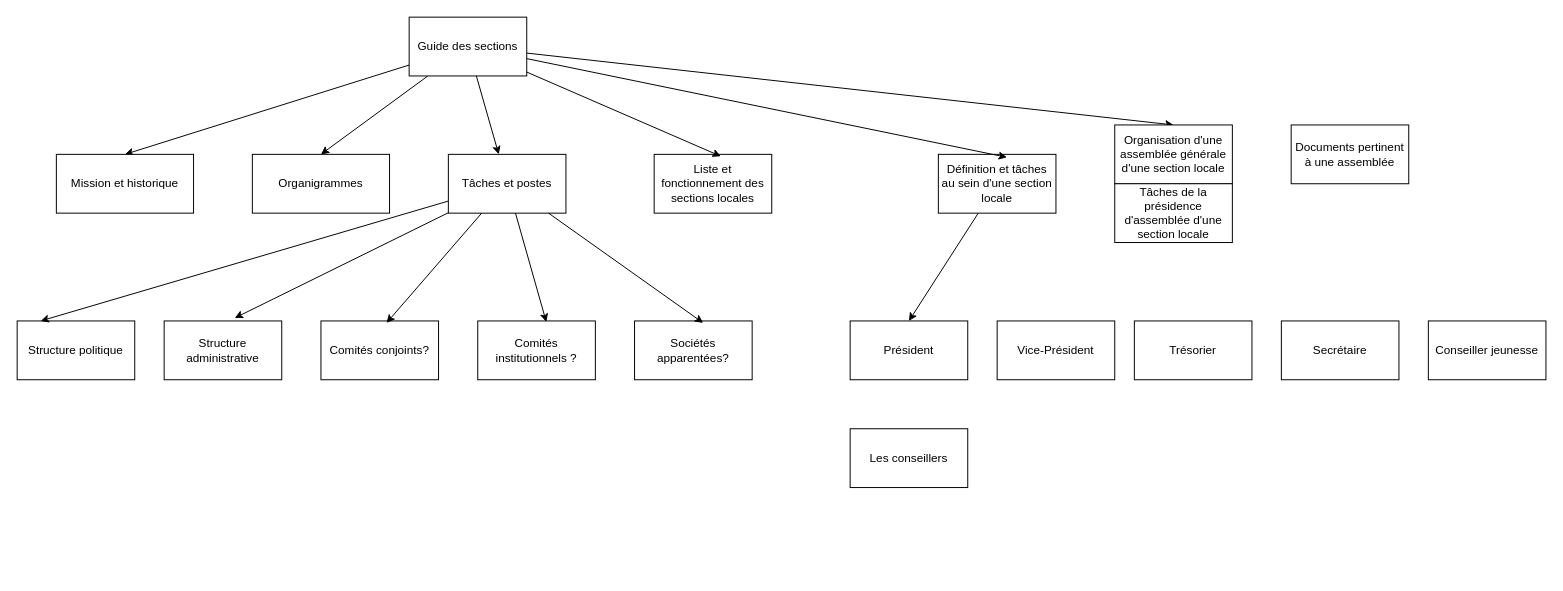
Earlier version of the draw.io diagram page "Page-1" (1 of 3) of assets/documents/guide-des-sections.drawio (ssjbm/ssjbm.github.io). Source tidied: cells renumbered, new cells numbered last; positions are measured from the earlier drawing's top-left corner, leaving out a move shared by most shapes. Both pictures are drawn from the tidied source at 98%, with x=0, y=0 at pixel (17, 17).
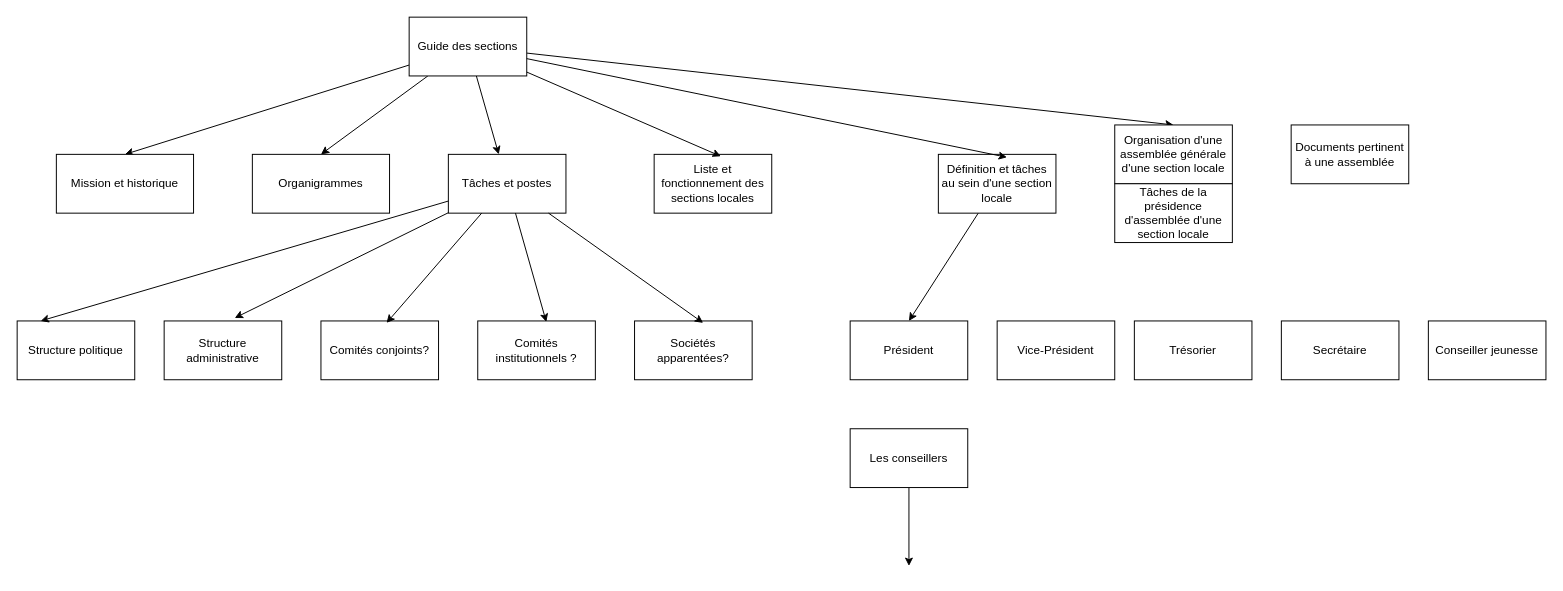
The same page after the edit.

Unchanged cells that the change refers to:
```xml
<mxCell id="30" value="Les conseillers" style="rounded=0;whiteSpace=wrap;html=1;" parent="1" vertex="1">
  <mxGeometry x="850" y="420" width="120" height="60" as="geometry" />
</mxCell>
```

Diff of the diagram source:
```diff
@@
+    <mxCell id="34" style="edgeStyle=none;html=1;" parent="1" edge="1" source="30">
+      <mxGeometry relative="1" as="geometry">
+        <mxPoint x="910" y="560" as="targetPoint" />
+      </mxGeometry>
+    </mxCell>
```
